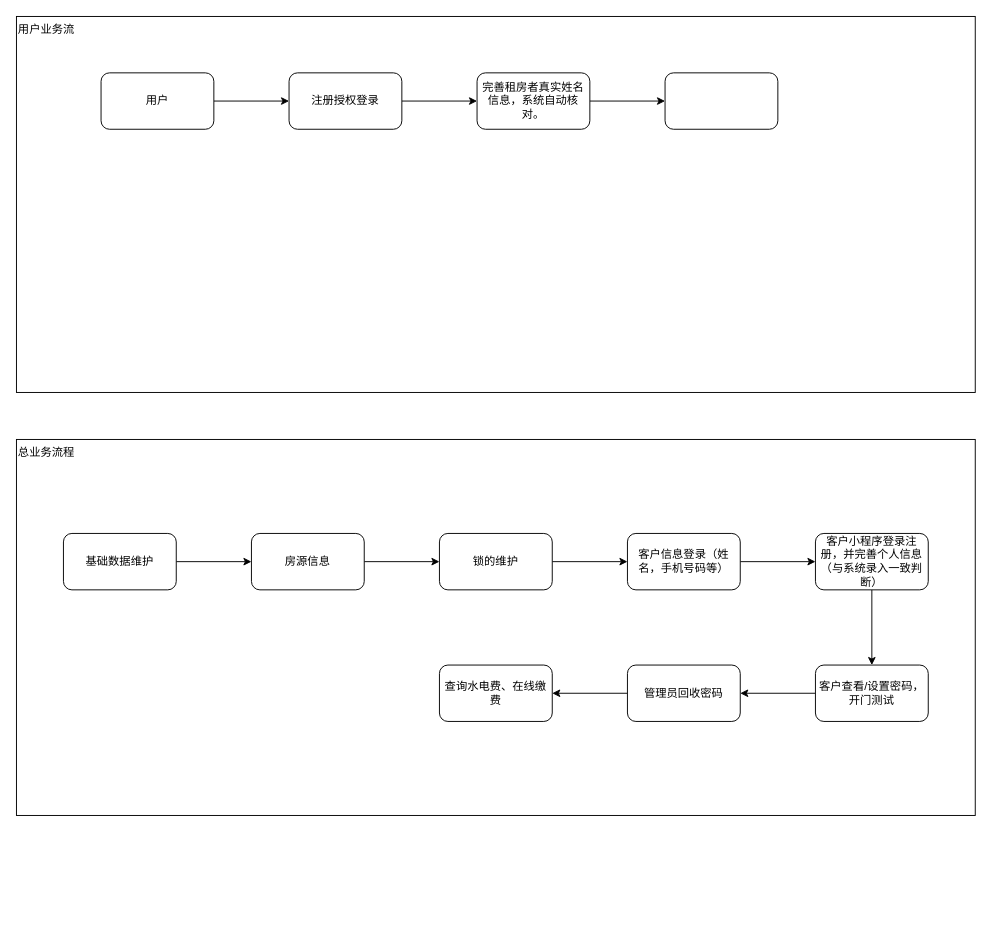
Above: anjiu process.drawio in haodeme/drawio (draw.io), before the change. Source tidied: cells renumbered, new cells numbered last; positions are measured from the earlier drawing's top-left corner, leaving out a move shared by most shapes. Both pictures are drawn from the tidied source at 94%, with x=0, y=0 at pixel (16, 16).
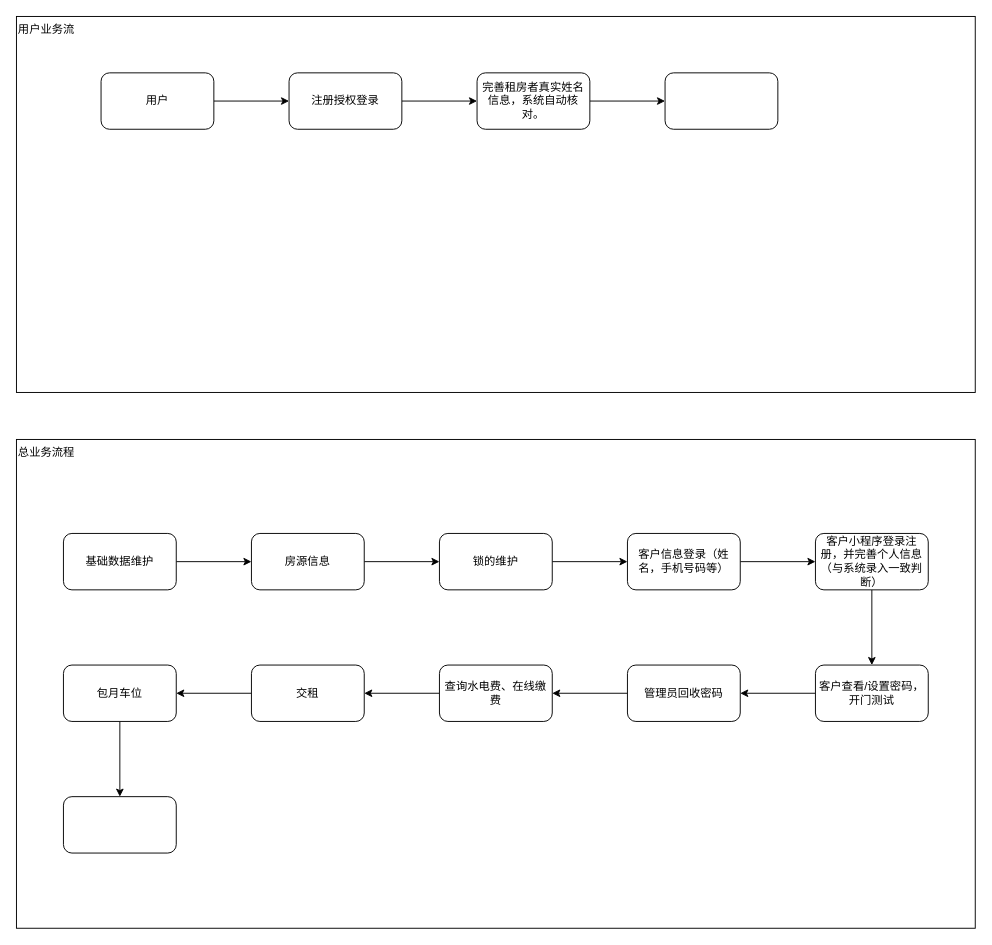
The same page after the edit.

Unchanged cells that the change refers to:
```xml
<mxCell id="25" value="查询水电费、在线缴费" style="whiteSpace=wrap;html=1;rounded=1;" parent="1" vertex="1">
  <mxGeometry x="450" y="690" width="120" height="60" as="geometry" />
</mxCell>
```

Diff of the diagram source:
```diff
@@
     <mxCell id="2" value="总业务流程" style="rounded=0;whiteSpace=wrap;html=1;align=left;verticalAlign=top;" parent="1" vertex="1">
-      <mxGeometry y="450" width="1020" height="400" as="geometry" />
+      <mxGeometry y="450" width="1020" height="520" as="geometry" />
     </mxCell>
@@
+    <mxCell id="26" style="edgeStyle=orthogonalEdgeStyle;rounded=0;jettySize=auto;html=1;" parent="1" edge="1" source="25" target="28">
+      <mxGeometry relative="1" as="geometry" />
+    </mxCell>
@@
+    <mxCell id="27" style="edgeStyle=orthogonalEdgeStyle;rounded=0;jettySize=auto;html=1;" parent="1" edge="1" source="28" target="30">
+      <mxGeometry relative="1" as="geometry" />
+    </mxCell>
+    <mxCell id="28" value="交租" style="whiteSpace=wrap;html=1;rounded=1;" parent="1" vertex="1">
+      <mxGeometry x="250" y="690" width="120" height="60" as="geometry" />
+    </mxCell>
+    <mxCell id="29" style="edgeStyle=orthogonalEdgeStyle;rounded=0;jettySize=auto;html=1;" parent="1" edge="1" source="30" target="31">
+      <mxGeometry relative="1" as="geometry" />
+    </mxCell>
+    <mxCell id="30" value="包月车位" style="whiteSpace=wrap;html=1;rounded=1;" parent="1" vertex="1">
+      <mxGeometry x="50" y="690" width="120" height="60" as="geometry" />
+    </mxCell>
+    <mxCell id="31" style="whiteSpace=wrap;html=1;rounded=1;" parent="1" vertex="1">
+      <mxGeometry x="50" y="830" width="120" height="60" as="geometry" />
+    </mxCell>
```
